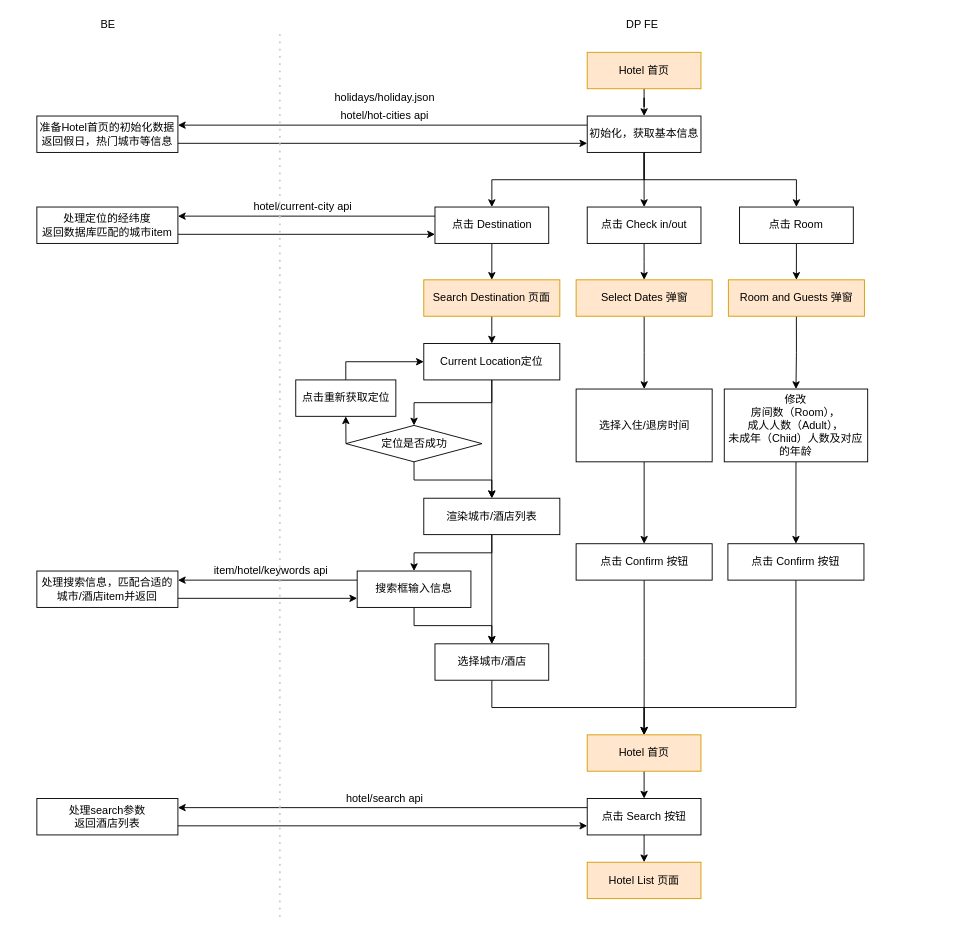
The draw.io diagram page "Landing" (1 of 5) of page_process/pageProcess.drawio in junhong2021/Hotel-, before the edit. Source tidied: cells renumbered, new cells numbered last; positions are measured from the earlier drawing's top-left corner, leaving out a move shared by most shapes. Both pictures are drawn from the tidied source at 91%, with x=0, y=0 at pixel (36, 15).
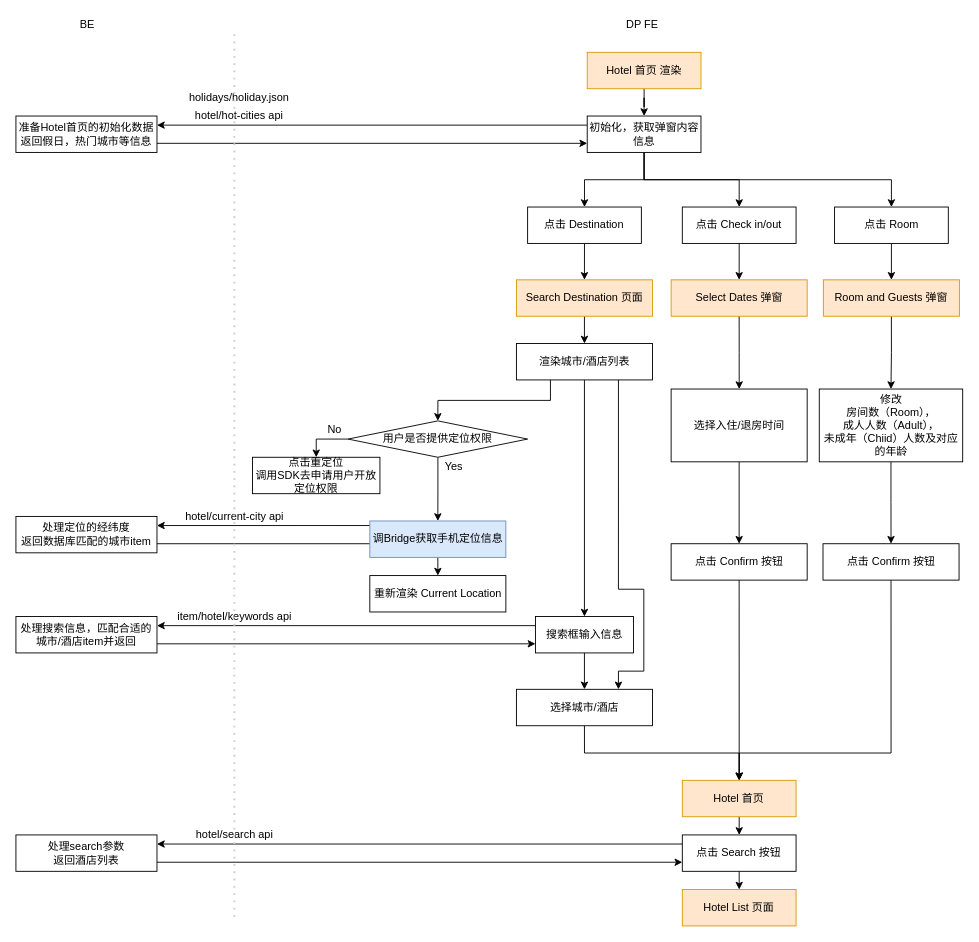
Above is the later version.

Diff of the diagram source:
```diff
@@
-    <mxCell id="3" value="BE" style="text;html=1;align=center;verticalAlign=middle;" parent="1" vertex="1">
-      <mxGeometry x="62.5" width="30" height="20" as="geometry" />
-    </mxCell>
@@
-    <mxCell id="5" value="Hotel 首页" style="rounded=0;whiteSpace=wrap;html=1;fillColor=#ffe6cc;strokeColor=#d79b00;" parent="1" vertex="1">
+    <mxCell id="5" value="Hotel 首页 渲染" style="rounded=0;whiteSpace=wrap;html=1;fillColor=#ffe6cc;strokeColor=#d79b00;" parent="1" vertex="1">
       <mxGeometry x="604.8" y="40" width="125" height="40" as="geometry" />
     </mxCell>
@@
-    <mxCell id="10" value="初始化，获取基本信息" style="rounded=0;whiteSpace=wrap;html=1;" parent="1" vertex="1">
+    <mxCell id="10" value="初始化，获取弹窗内容信息" style="rounded=0;whiteSpace=wrap;html=1;" parent="1" vertex="1">
       <mxGeometry x="604.8" y="110" width="125" height="40" as="geometry" />
     </mxCell>
@@
-    <mxCell id="12" value="准备Hotel首页的初始化数据&lt;br&gt;返回假日，热门城市等信息" style="rounded=0;whiteSpace=wrap;html=1;" parent="1" vertex="1">
-      <mxGeometry y="110" width="155" height="40" as="geometry" />
-    </mxCell>
@@
-    <mxCell id="14" style="edgeStyle=orthogonalEdgeStyle;rounded=0;jettySize=auto;html=1;exitX=0;exitY=0.25;exitDx=0;exitDy=0;entryX=1;entryY=0.25;entryDx=0;entryDy=0;" parent="1" edge="1" source="15" target="23">
-      <mxGeometry relative="1" as="geometry" />
+    <mxCell id="14" style="edgeStyle=orthogonalEdgeStyle;rounded=0;jettySize=auto;html=1;exitX=0;exitY=0.25;exitDx=0;exitDy=0;entryX=1;entryY=0.25;entryDx=0;entryDy=0;jumpStyle=arc;" parent="1" edge="1" target="23">
+      <mxGeometry relative="1" as="geometry">
+        <mxPoint x="414.5" y="560" as="sourcePoint" />
+      </mxGeometry>
     </mxCell>
     <mxCell id="15" value="点击 Destination" style="rounded=0;whiteSpace=wrap;html=1;" parent="1" vertex="1">
-      <mxGeometry x="437.5" y="210" width="125" height="40" as="geometry" />
+      <mxGeometry x="539.3" y="210" width="125" height="40" as="geometry" />
     </mxCell>
@@
     <mxCell id="17" value="点击 Check in/out" style="rounded=0;whiteSpace=wrap;html=1;" parent="1" vertex="1">
-      <mxGeometry x="604.8" y="210" width="125" height="40" as="geometry" />
+      <mxGeometry x="709.3" y="210" width="125" height="40" as="geometry" />
     </mxCell>
@@
     <mxCell id="19" value="点击 Room" style="rounded=0;whiteSpace=wrap;html=1;" parent="1" vertex="1">
-      <mxGeometry x="772.2" y="210" width="125" height="40" as="geometry" />
+      <mxGeometry x="876.6" y="210" width="125" height="40" as="geometry" />
     </mxCell>
-    <mxCell id="20" style="edgeStyle=orthogonalEdgeStyle;rounded=0;jettySize=auto;html=1;exitX=0.5;exitY=1;exitDx=0;exitDy=0;entryX=0.5;entryY=0;entryDx=0;entryDy=0;" parent="1" edge="1" source="21" target="35">
+    <mxCell id="20" style="edgeStyle=orthogonalEdgeStyle;rounded=0;jettySize=auto;html=1;exitX=0.5;exitY=1;exitDx=0;exitDy=0;entryX=0.5;entryY=0;entryDx=0;entryDy=0;" parent="1" edge="1" source="21" target="32">
       <mxGeometry relative="1" as="geometry" />
     </mxCell>
     <mxCell id="21" value="Search Destination 页面" style="rounded=0;whiteSpace=wrap;html=1;fillColor=#ffe6cc;strokeColor=#d79b00;" parent="1" vertex="1">
-      <mxGeometry x="425.2" y="290" width="149.5" height="40" as="geometry" />
+      <mxGeometry x="527" y="290" width="149.5" height="40" as="geometry" />
     </mxCell>
-    <mxCell id="22" style="edgeStyle=orthogonalEdgeStyle;rounded=0;jettySize=auto;html=1;exitX=1;exitY=0.75;exitDx=0;exitDy=0;entryX=0;entryY=0.75;entryDx=0;entryDy=0;" parent="1" edge="1" source="23" target="15">
-      <mxGeometry relative="1" as="geometry" />
+    <mxCell id="22" style="edgeStyle=orthogonalEdgeStyle;rounded=0;jettySize=auto;html=1;exitX=1;exitY=0.75;exitDx=0;exitDy=0;entryX=0;entryY=0.75;entryDx=0;entryDy=0;jumpStyle=arc;" parent="1" edge="1" source="23">
+      <mxGeometry relative="1" as="geometry">
+        <mxPoint x="414.5" y="580" as="targetPoint" />
+      </mxGeometry>
     </mxCell>
-    <mxCell id="23" value="处理定位的经纬度&lt;br&gt;返回数据库匹配的城市item" style="rounded=0;whiteSpace=wrap;html=1;" parent="1" vertex="1">
-      <mxGeometry y="210" width="155" height="40" as="geometry" />
-    </mxCell>
     <mxCell id="24" value="hotel/current-city api" style="text;html=1;align=center;verticalAlign=middle;" parent="1" vertex="1">
-      <mxGeometry x="232" y="200" width="120" height="20" as="geometry" />
+      <mxGeometry x="157" y="540" width="120" height="20" as="geometry" />
     </mxCell>
@@
     <mxCell id="26" value="选择城市/酒店" style="rounded=0;whiteSpace=wrap;html=1;" parent="1" vertex="1">
-      <mxGeometry x="437.5" y="690" width="125" height="40" as="geometry" />
+      <mxGeometry x="527" y="740" width="149.5" height="40" as="geometry" />
     </mxCell>
@@
     <mxCell id="29" value="搜索框输入信息" style="rounded=0;whiteSpace=wrap;html=1;" parent="1" vertex="1">
-      <mxGeometry x="352" y="610" width="125" height="40" as="geometry" />
+      <mxGeometry x="547.9" y="660" width="107.7" height="40" as="geometry" />
     </mxCell>
+    <mxCell id="69" style="edgeStyle=orthogonalEdgeStyle;rounded=0;jumpStyle=arc;jettySize=auto;html=1;exitX=0.25;exitY=1;exitDx=0;exitDy=0;entryX=0.5;entryY=0;entryDx=0;entryDy=0;" parent="1" edge="1" source="32" target="40">
+      <mxGeometry relative="1" as="geometry" />
+    </mxCell>
-    <mxCell id="30" style="edgeStyle=orthogonalEdgeStyle;rounded=0;jettySize=auto;html=1;exitX=0.5;exitY=1;exitDx=0;exitDy=0;entryX=0.5;entryY=0;entryDx=0;entryDy=0;" parent="1" edge="1" source="32" target="29">
+    <mxCell id="30" style="edgeStyle=orthogonalEdgeStyle;rounded=0;jumpStyle=arc;jettySize=auto;html=1;exitX=0.5;exitY=1;exitDx=0;exitDy=0;entryX=0.5;entryY=0;entryDx=0;entryDy=0;" parent="1" edge="1" source="32" target="29">
       <mxGeometry relative="1" as="geometry" />
     </mxCell>
-    <mxCell id="31" style="edgeStyle=orthogonalEdgeStyle;rounded=0;jettySize=auto;html=1;exitX=0.5;exitY=1;exitDx=0;exitDy=0;entryX=0.5;entryY=0;entryDx=0;entryDy=0;" parent="1" edge="1" source="32" target="26">
-      <mxGeometry relative="1" as="geometry" />
+    <mxCell id="31" style="edgeStyle=orthogonalEdgeStyle;rounded=0;jumpStyle=arc;jettySize=auto;html=1;exitX=0.75;exitY=1;exitDx=0;exitDy=0;entryX=0.75;entryY=0;entryDx=0;entryDy=0;" parent="1" edge="1" source="32" target="26">
+      <mxGeometry relative="1" as="geometry">
+        <Array as="points">
+          <mxPoint x="639" y="630" />
+          <mxPoint x="667" y="630" />
+          <mxPoint x="667" y="720" />
+          <mxPoint x="639" y="720" />
+        </Array>
+      </mxGeometry>
     </mxCell>
     <mxCell id="32" value="渲染城市/酒店列表" style="rounded=0;whiteSpace=wrap;html=1;" parent="1" vertex="1">
-      <mxGeometry x="425.2" y="530" width="149.5" height="40" as="geometry" />
+      <mxGeometry x="527" y="360" width="149.5" height="40" as="geometry" />
     </mxCell>
-    <mxCell id="33" style="edgeStyle=orthogonalEdgeStyle;rounded=0;jettySize=auto;html=1;exitX=0.5;exitY=1;exitDx=0;exitDy=0;entryX=0.5;entryY=0;entryDx=0;entryDy=0;" parent="1" edge="1" source="35" target="40">
-      <mxGeometry relative="1" as="geometry" />
-    </mxCell>
-    <mxCell id="34" style="edgeStyle=orthogonalEdgeStyle;rounded=0;jettySize=auto;html=1;exitX=0.5;exitY=1;exitDx=0;exitDy=0;entryX=0.5;entryY=0;entryDx=0;entryDy=0;" parent="1" edge="1" source="35" target="32">
-      <mxGeometry relative="1" as="geometry" />
-    </mxCell>
-    <mxCell id="35" value="Current Location定位" style="rounded=0;whiteSpace=wrap;html=1;" parent="1" vertex="1">
-      <mxGeometry x="425.2" y="360" width="149.5" height="40" as="geometry" />
-    </mxCell>
-    <mxCell id="36" style="edgeStyle=orthogonalEdgeStyle;rounded=0;jettySize=auto;html=1;exitX=0.5;exitY=0;exitDx=0;exitDy=0;entryX=0;entryY=0.5;entryDx=0;entryDy=0;" parent="1" edge="1" source="37" target="35">
-      <mxGeometry relative="1" as="geometry" />
-    </mxCell>
-    <mxCell id="37" value="点击重新获取定位" style="rounded=0;whiteSpace=wrap;html=1;" parent="1" vertex="1">
-      <mxGeometry x="284.5" y="400" width="110" height="40" as="geometry" />
+    <mxCell id="37" value="点击重定位&lt;br&gt;调用SDK去申请用户开放定位权限" style="rounded=0;whiteSpace=wrap;html=1;" parent="1" vertex="1">
+      <mxGeometry x="237" y="485" width="140" height="40" as="geometry" />
     </mxCell>
-    <mxCell id="38" style="edgeStyle=orthogonalEdgeStyle;rounded=0;jettySize=auto;html=1;exitX=0.5;exitY=1;exitDx=0;exitDy=0;entryX=0.5;entryY=0;entryDx=0;entryDy=0;" parent="1" edge="1" source="40" target="32">
-      <mxGeometry relative="1" as="geometry" />
-    </mxCell>
+    <mxCell id="70" style="edgeStyle=orthogonalEdgeStyle;rounded=0;jettySize=auto;html=1;entryX=0.5;entryY=0;entryDx=0;entryDy=0;" parent="1" edge="1" source="40" target="72">
+      <mxGeometry relative="1" as="geometry" />
+    </mxCell>
-    <mxCell id="39" style="edgeStyle=orthogonalEdgeStyle;rounded=0;jettySize=auto;html=1;exitX=0;exitY=0.5;exitDx=0;exitDy=0;entryX=0.5;entryY=1;entryDx=0;entryDy=0;" parent="1" edge="1" source="40" target="37">
+    <mxCell id="39" style="edgeStyle=orthogonalEdgeStyle;rounded=0;jumpStyle=arc;jettySize=auto;html=1;exitX=0;exitY=0.5;exitDx=0;exitDy=0;entryX=0.5;entryY=0;entryDx=0;entryDy=0;" parent="1" edge="1" source="40" target="37">
       <mxGeometry relative="1" as="geometry" />
     </mxCell>
-    <mxCell id="40" value="定位是否成功" style="rhombus;whiteSpace=wrap;html=1;" parent="1" vertex="1">
-      <mxGeometry x="339.7" y="450" width="149.5" height="40" as="geometry" />
+    <mxCell id="40" value="用户是否提供定位权限" style="rhombus;whiteSpace=wrap;html=1;" parent="1" vertex="1">
+      <mxGeometry x="342" y="445" width="197.3" height="40" as="geometry" />
     </mxCell>
@@
-    <mxCell id="42" value="处理搜索信息，匹配合适的城市/酒店item并返回" style="rounded=0;whiteSpace=wrap;html=1;" parent="1" vertex="1">
-      <mxGeometry y="610" width="155" height="40" as="geometry" />
-    </mxCell>
     <mxCell id="43" value="item/hotel/keywords api" style="text;html=1;align=center;verticalAlign=middle;" parent="1" vertex="1">
-      <mxGeometry x="187" y="600" width="140" height="20" as="geometry" />
+      <mxGeometry x="147" y="650" width="140" height="20" as="geometry" />
     </mxCell>
@@
     <mxCell id="45" value="Hotel 首页" style="rounded=0;whiteSpace=wrap;html=1;fillColor=#ffe6cc;strokeColor=#d79b00;" parent="1" vertex="1">
-      <mxGeometry x="604.8" y="790" width="125" height="40" as="geometry" />
+      <mxGeometry x="709.3" y="840" width="125" height="40" as="geometry" />
     </mxCell>
@@
     <mxCell id="47" value="Select Dates 弹窗" style="rounded=0;whiteSpace=wrap;html=1;fillColor=#ffe6cc;strokeColor=#d79b00;" parent="1" vertex="1">
-      <mxGeometry x="592.6" y="290" width="149.5" height="40" as="geometry" />
+      <mxGeometry x="697" y="290" width="149.5" height="40" as="geometry" />
     </mxCell>
@@
     <mxCell id="49" value="选择入住/退房时间" style="rounded=0;whiteSpace=wrap;html=1;" parent="1" vertex="1">
-      <mxGeometry x="592.6" y="410" width="149.5" height="80" as="geometry" />
+      <mxGeometry x="697" y="410" width="149.5" height="80" as="geometry" />
     </mxCell>
-    <mxCell id="50" style="edgeStyle=orthogonalEdgeStyle;rounded=0;jettySize=auto;html=1;exitX=0.5;exitY=1;exitDx=0;exitDy=0;entryX=0.5;entryY=0;entryDx=0;entryDy=0;" parent="1" edge="1" source="51" target="45">
+    <mxCell id="50" style="edgeStyle=orthogonalEdgeStyle;rounded=0;jumpStyle=arc;jettySize=auto;html=1;exitX=0.5;exitY=1;exitDx=0;exitDy=0;entryX=0.5;entryY=0;entryDx=0;entryDy=0;" parent="1" edge="1" source="51" target="45">
       <mxGeometry relative="1" as="geometry" />
     </mxCell>
     <mxCell id="51" value="点击 Confirm 按钮" style="rounded=0;whiteSpace=wrap;html=1;" parent="1" vertex="1">
-      <mxGeometry x="592.6" y="580" width="149.5" height="40" as="geometry" />
+      <mxGeometry x="697" y="580" width="149.5" height="40" as="geometry" />
     </mxCell>
@@
     <mxCell id="53" value="Room and Guests 弹窗" style="rounded=0;whiteSpace=wrap;html=1;fillColor=#ffe6cc;strokeColor=#d79b00;" parent="1" vertex="1">
-      <mxGeometry x="759.9" y="290" width="149.5" height="40" as="geometry" />
+      <mxGeometry x="864.3" y="290" width="149.5" height="40" as="geometry" />
     </mxCell>
@@
     <mxCell id="55" value="修改&lt;br&gt;房间数（Room），&lt;br&gt;成人人数（Adult），&lt;br&gt;未成年（Chiid）人数及对应的年龄" style="rounded=0;whiteSpace=wrap;html=1;" parent="1" vertex="1">
-      <mxGeometry x="755.4" y="410" width="157.6" height="80" as="geometry" />
+      <mxGeometry x="859.8" y="410" width="157.6" height="80" as="geometry" />
     </mxCell>
-    <mxCell id="56" style="edgeStyle=orthogonalEdgeStyle;rounded=0;jettySize=auto;html=1;exitX=0.5;exitY=1;exitDx=0;exitDy=0;entryX=0.5;entryY=0;entryDx=0;entryDy=0;" parent="1" edge="1" source="57" target="45">
+    <mxCell id="56" style="edgeStyle=orthogonalEdgeStyle;rounded=0;jumpStyle=arc;jettySize=auto;html=1;exitX=0.5;exitY=1;exitDx=0;exitDy=0;entryX=0.5;entryY=0;entryDx=0;entryDy=0;" parent="1" edge="1" source="57" target="45">
       <mxGeometry relative="1" as="geometry">
         <Array as="points">
-          <mxPoint x="834" y="760" />
-          <mxPoint x="667" y="760" />
+          <mxPoint x="939" y="810" />
+          <mxPoint x="772" y="810" />
         </Array>
       </mxGeometry>
     </mxCell>
     <mxCell id="57" value="点击 Confirm 按钮" style="rounded=0;whiteSpace=wrap;html=1;" parent="1" vertex="1">
-      <mxGeometry x="759.4" y="580" width="149.5" height="40" as="geometry" />
+      <mxGeometry x="863.9" y="580" width="149.5" height="40" as="geometry" />
     </mxCell>
     <mxCell id="58" style="group;" parent="1" vertex="1">
-      <mxGeometry x="317" y="80" width="130" height="40" as="geometry" />
+      <mxGeometry x="157" y="80" width="130" height="40" as="geometry" />
     </mxCell>
@@
     <mxCell id="62" value="点击 Search 按钮" style="rounded=0;whiteSpace=wrap;html=1;" parent="1" vertex="1">
-      <mxGeometry x="604.8" y="860" width="125" height="40" as="geometry" />
+      <mxGeometry x="709.3" y="900" width="125" height="40" as="geometry" />
     </mxCell>
@@
-    <mxCell id="65" value="处理search参数&lt;br&gt;返回酒店列表" style="rounded=0;whiteSpace=wrap;html=1;" parent="1" vertex="1">
-      <mxGeometry y="860" width="155" height="40" as="geometry" />
-    </mxCell>
     <mxCell id="66" value="hotel/search api" style="text;html=1;align=center;verticalAlign=middle;" parent="1" vertex="1">
-      <mxGeometry x="332" y="850" width="100" height="20" as="geometry" />
+      <mxGeometry x="167" y="890" width="100" height="20" as="geometry" />
     </mxCell>
     <mxCell id="67" value="Hotel List 页面" style="rounded=0;whiteSpace=wrap;html=1;fillColor=#ffe6cc;strokeColor=#d79b00;" parent="1" vertex="1">
-      <mxGeometry x="604.8" y="930" width="125" height="40" as="geometry" />
+      <mxGeometry x="709.3" y="960" width="125" height="40" as="geometry" />
     </mxCell>
     <mxCell id="68" style="endArrow=none;dashed=1;html=1;dashPattern=1 3;strokeWidth=2;strokeColor=#CCCCCC;" parent="1" edge="1">
       <mxGeometry relative="1" as="geometry">
-        <mxPoint x="267" y="990" as="sourcePoint" />
-        <mxPoint x="267" y="20" as="targetPoint" />
+        <mxPoint x="217" y="990" as="sourcePoint" />
+        <mxPoint x="217" y="20" as="targetPoint" />
       </mxGeometry>
     </mxCell>
+    <mxCell id="71" style="edgeStyle=orthogonalEdgeStyle;rounded=0;jettySize=auto;html=1;exitX=0.5;exitY=1;exitDx=0;exitDy=0;entryX=0.5;entryY=0;entryDx=0;entryDy=0;" parent="1" edge="1" source="72" target="73">
+      <mxGeometry relative="1" as="geometry" />
+    </mxCell>
+    <mxCell id="72" value="调Bridge获取手机定位信息" style="rounded=0;whiteSpace=wrap;html=1;fillColor=#dae8fc;strokeColor=#6c8ebf;" parent="1" vertex="1">
+      <mxGeometry x="365.9" y="555" width="149.5" height="40" as="geometry" />
+    </mxCell>
+    <mxCell id="73" value="重新渲染 Current Location" style="rounded=0;whiteSpace=wrap;html=1;" parent="1" vertex="1">
+      <mxGeometry x="365.9" y="615" width="149.5" height="40" as="geometry" />
+    </mxCell>
+    <mxCell id="74" value="Yes" style="text;html=1;align=center;verticalAlign=middle;strokeColor=none;" parent="1" vertex="1">
+      <mxGeometry x="438.4" y="485" width="40" height="20" as="geometry" />
+    </mxCell>
+    <mxCell id="75" value="No" style="text;html=1;align=center;verticalAlign=middle;strokeColor=none;" parent="1" vertex="1">
+      <mxGeometry x="312" y="445" width="30" height="20" as="geometry" />
+    </mxCell>
+    <mxCell id="3" value="BE" style="text;html=1;align=center;verticalAlign=middle;" parent="1" vertex="1">
+      <mxGeometry x="39.5" width="30" height="20" as="geometry" />
+    </mxCell>
+    <mxCell id="12" value="准备Hotel首页的初始化数据&lt;br&gt;返回假日，热门城市等信息" style="rounded=0;whiteSpace=wrap;html=1;" parent="1" vertex="1">
+      <mxGeometry x="-23" y="110" width="155" height="40" as="geometry" />
+    </mxCell>
+    <mxCell id="23" value="处理定位的经纬度&lt;br&gt;返回数据库匹配的城市item" style="rounded=0;whiteSpace=wrap;html=1;" parent="1" vertex="1">
+      <mxGeometry x="-23" y="550" width="155" height="40" as="geometry" />
+    </mxCell>
+    <mxCell id="42" value="处理搜索信息，匹配合适的城市/酒店item并返回" style="rounded=0;whiteSpace=wrap;html=1;" parent="1" vertex="1">
+      <mxGeometry x="-23" y="660" width="155" height="40" as="geometry" />
+    </mxCell>
+    <mxCell id="65" value="处理search参数&lt;br&gt;返回酒店列表" style="rounded=0;whiteSpace=wrap;html=1;" parent="1" vertex="1">
+      <mxGeometry x="-23" y="900" width="155" height="40" as="geometry" />
+    </mxCell>
```
